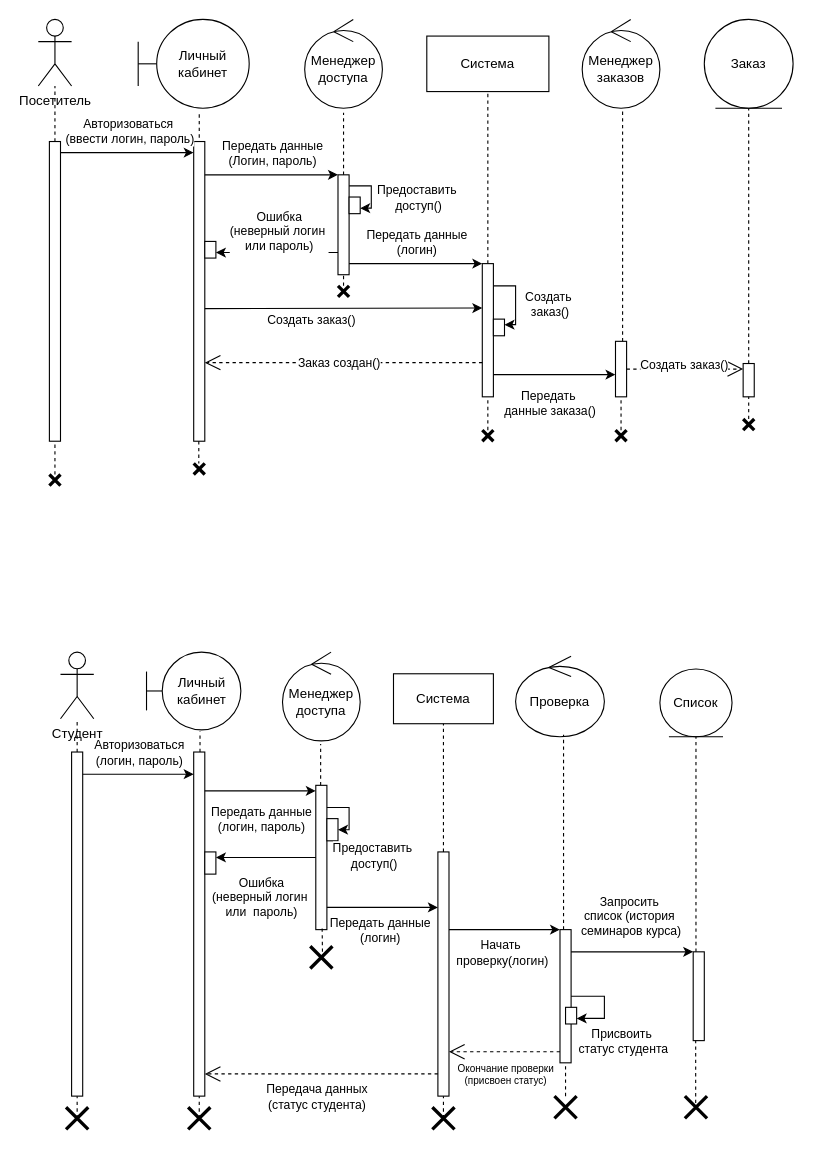
Above: AKMS_4.drawio in mopsin666/AKMS (draw.io), before the change. Source tidied: cells renumbered, new cells numbered last; positions are measured from the earlier drawing's top-left corner, leaving out a move shared by most shapes. Both pictures are drawn from the tidied source at 111%, with x=0, y=0 at pixel (38, 19).
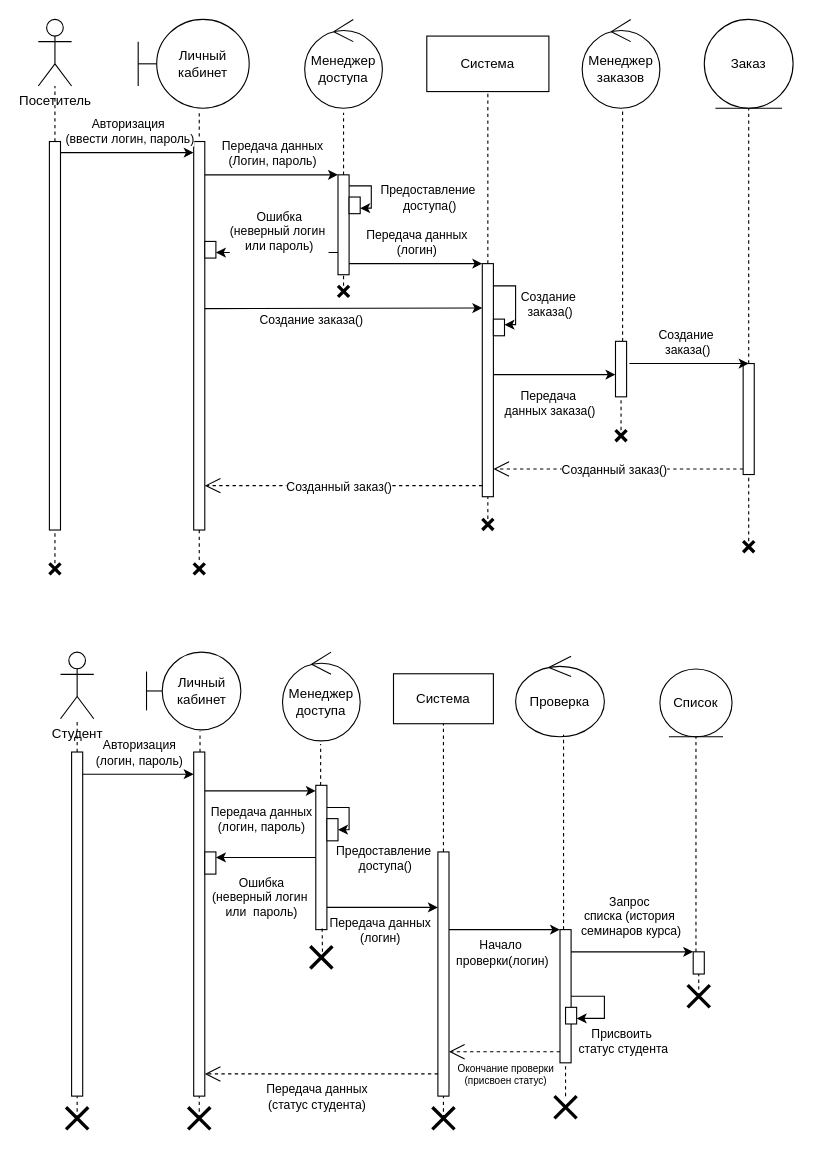
Above is the later version.

The change refers to these unchanged cells:
```xml
<mxCell id="12" style="endArrow=classic;html=1;rounded=0;exitX=1;exitY=0;exitDx=0;exitDy=5;exitPerimeter=0;" parent="1" edge="1">
  <mxGeometry relative="1" as="geometry">
    <mxPoint x="20" y="120" as="sourcePoint" />
    <mxPoint x="140" y="120" as="targetPoint" />
  </mxGeometry>
</mxCell>
<mxCell id="14" style="edgeStyle=orthogonalEdgeStyle;rounded=0;jettySize=auto;html=1;curved=0;" parent="1" edge="1" source="16" target="20">
  <mxGeometry relative="1" as="geometry">
    <Array as="points">
      <mxPoint x="300" y="150" />
      <mxPoint x="300" y="170" />
    </Array>
  </mxGeometry>
</mxCell>
<mxCell id="18" style="endArrow=classic;html=1;rounded=0;exitX=1;exitY=0;exitDx=0;exitDy=5;exitPerimeter=0;" parent="1" edge="1">
  <mxGeometry relative="1" as="geometry">
    <mxPoint x="150" y="140" as="sourcePoint" />
    <mxPoint x="270" y="140" as="targetPoint" />
  </mxGeometry>
</mxCell>
<mxCell id="28" style="endArrow=classic;html=1;rounded=0;entryX=0;entryY=0.5;entryDx=0;entryDy=0;entryPerimeter=0;" parent="1" edge="1">
  <mxGeometry relative="1" as="geometry">
    <mxPoint x="150" y="260.5" as="sourcePoint" />
    <mxPoint x="400" y="260" as="targetPoint" />
  </mxGeometry>
</mxCell>
<mxCell id="31" style="edgeStyle=orthogonalEdgeStyle;rounded=0;jettySize=auto;html=1;curved=0;entryX=1;entryY=0;entryDx=0;entryDy=5;entryPerimeter=0;" parent="1" edge="1" target="30">
  <mxGeometry relative="1" as="geometry">
    <mxPoint x="410" y="240" as="sourcePoint" />
    <Array as="points">
      <mxPoint x="430" y="240" />
      <mxPoint x="430" y="275" />
    </Array>
  </mxGeometry>
</mxCell>
<mxCell id="33" style="html=1;points=[[0,0,0,0,5],[0,1,0,0,-5],[1,0,0,0,5],[1,1,0,0,-5]];perimeter=orthogonalPerimeter;outlineConnect=0;targetShapes=umlLifeline;portConstraint=eastwest;newEdgeStyle={&quot;curved&quot;:0,&quot;rounded&quot;:0};" parent="1" vertex="1">
  <mxGeometry x="520" y="290" width="10" height="50" as="geometry" />
</mxCell>
<mxCell id="35" style="edgeStyle=orthogonalEdgeStyle;rounded=0;jettySize=auto;html=1;curved=0;entryX=0;entryY=0;entryDx=0;entryDy=5;entryPerimeter=0;" parent="1" edge="1" source="25">
  <mxGeometry relative="1" as="geometry">
    <mxPoint x="520" y="320" as="targetPoint" />
    <Array as="points">
      <mxPoint x="420" y="320" />
      <mxPoint x="420" y="320" />
    </Array>
  </mxGeometry>
</mxCell>
<mxCell id="50" style="endArrow=classic;html=1;rounded=0;" parent="1" edge="1" source="46">
  <mxGeometry relative="1" as="geometry">
    <mxPoint x="140" y="680" as="targetPoint" />
  </mxGeometry>
</mxCell>
<mxCell id="54" style="endArrow=classic;html=1;rounded=0;entryX=0;entryY=0;entryDx=0;entryDy=5;entryPerimeter=0;" parent="1" edge="1" source="48" target="53">
  <mxGeometry relative="1" as="geometry" />
</mxCell>
<mxCell id="57" style="edgeStyle=orthogonalEdgeStyle;rounded=0;orthogonalLoop=1;jettySize=auto;html=1;curved=0;" parent="1" edge="1">
  <mxGeometry relative="1" as="geometry">
    <mxPoint x="260" y="710" as="sourcePoint" />
    <mxPoint x="270" y="730" as="targetPoint" />
    <Array as="points">
      <mxPoint x="280" y="710" />
      <mxPoint x="280" y="730" />
    </Array>
  </mxGeometry>
</mxCell>
<mxCell id="67" style="endArrow=classic;html=1;rounded=0;" parent="1" edge="1" source="16" target="25">
  <mxGeometry relative="1" as="geometry" />
</mxCell>
<mxCell id="69" style="endArrow=classic;html=1;rounded=0;" parent="1" edge="1" target="65">
  <mxGeometry relative="1" as="geometry">
    <mxPoint x="260" y="800" as="sourcePoint" />
  </mxGeometry>
</mxCell>
<mxCell id="71" style="endArrow=classic;html=1;rounded=0;" parent="1" edge="1">
  <mxGeometry relative="1" as="geometry">
    <mxPoint x="370" y="820" as="sourcePoint" />
    <mxPoint x="470" y="820" as="targetPoint" />
  </mxGeometry>
</mxCell>
<mxCell id="99" style="endArrow=classic;html=1;rounded=0;exitX=1;exitY=0.5;exitDx=0;exitDy=0;exitPerimeter=0;entryX=1;entryY=1;entryDx=0;entryDy=-5;entryPerimeter=0;" parent="1" edge="1" source="63" target="101">
  <mxGeometry relative="1" as="geometry">
    <Array as="points">
      <mxPoint x="510" y="880" />
      <mxPoint x="510" y="900" />
    </Array>
  </mxGeometry>
</mxCell>
```

Diff of the diagram source:
```diff
@@
     <mxCell id="8" style="html=1;points=[[0,0,0,0,5],[0,1,0,0,-5],[1,0,0,0,5],[1,1,0,0,-5]];perimeter=orthogonalPerimeter;outlineConnect=0;targetShapes=umlLifeline;portConstraint=eastwest;newEdgeStyle={&quot;curved&quot;:0,&quot;rounded&quot;:0};" parent="1" vertex="1">
-      <mxGeometry x="10" y="110" width="10" height="270" as="geometry" />
+      <mxGeometry x="10" y="110" width="10" height="350" as="geometry" />
     </mxCell>
@@
     <mxCell id="10" style="html=1;points=[[0,0,0,0,5],[0,1,0,0,-5],[1,0,0,0,5],[1,1,0,0,-5]];perimeter=orthogonalPerimeter;outlineConnect=0;targetShapes=umlLifeline;portConstraint=eastwest;newEdgeStyle={&quot;curved&quot;:0,&quot;rounded&quot;:0};" parent="1" vertex="1">
-      <mxGeometry x="140" y="110" width="10" height="270" as="geometry" />
+      <mxGeometry x="140" y="110" width="10" height="350" as="geometry" />
     </mxCell>
@@
-    <mxCell id="13" value="Авторизоваться&lt;div&gt;&amp;nbsp;(ввести логин, пароль)&lt;/div&gt;" style="edgeLabel;html=1;align=center;verticalAlign=middle;" parent="12" vertex="1">
+    <mxCell id="13" value="Авторизация&lt;div&gt;&amp;nbsp;(ввести логин, пароль)&lt;/div&gt;" style="edgeLabel;html=1;align=center;verticalAlign=middle;" parent="12" vertex="1">
       <mxGeometry x="0.32" y="-3" relative="1" as="geometry">
         <mxPoint x="-19" y="-23" as="offset" />
       </mxGeometry>
     </mxCell>
@@
-    <mxCell id="15" value="Предоставить&lt;div&gt;&amp;nbsp;доступ()&lt;/div&gt;" style="edgeLabel;html=1;align=center;verticalAlign=middle;" parent="14" vertex="1">
+    <mxCell id="15" value="Предоставление&lt;div&gt;&amp;nbsp;доступа()&lt;/div&gt;" style="edgeLabel;html=1;align=center;verticalAlign=middle;" parent="14" vertex="1">
       <mxGeometry x="-0.21" y="-1" relative="1" as="geometry">
-        <mxPoint x="41" y="10" as="offset" />
+        <mxPoint x="51" y="10" as="offset" />
       </mxGeometry>
     </mxCell>
@@
-    <mxCell id="19" value="Передать данные&lt;div&gt;(Логин, пароль)&lt;/div&gt;" style="edgeLabel;html=1;align=center;verticalAlign=middle;" parent="18" vertex="1">
+    <mxCell id="19" value="Передача данных&lt;div&gt;(Логин, пароль)&lt;/div&gt;" style="edgeLabel;html=1;align=center;verticalAlign=middle;" parent="18" vertex="1">
       <mxGeometry x="0.32" y="-3" relative="1" as="geometry">
         <mxPoint x="-19" y="-23" as="offset" />
       </mxGeometry>
     </mxCell>
@@
     <mxCell id="25" style="html=1;points=[[0,0,0,0,5],[0,1,0,0,-5],[1,0,0,0,5],[1,1,0,0,-5]];perimeter=orthogonalPerimeter;outlineConnect=0;targetShapes=umlLifeline;portConstraint=eastwest;newEdgeStyle={&quot;curved&quot;:0,&quot;rounded&quot;:0};" parent="1" vertex="1">
-      <mxGeometry x="400" y="220" width="10" height="120" as="geometry" />
+      <mxGeometry x="400" y="220" width="10" height="210" as="geometry" />
     </mxCell>
-    <mxCell id="26" style="endArrow=open;dashed=1;endFill=0;endSize=12;html=1;rounded=0;exitX=0;exitY=1;exitDx=0;exitDy=-5;exitPerimeter=0;" parent="1" edge="1">
+    <mxCell id="26" style="endArrow=open;dashed=1;endFill=0;endSize=12;html=1;rounded=0;" parent="1" edge="1" target="10">
       <mxGeometry relative="1" as="geometry">
-        <mxPoint x="400" y="309.2" as="sourcePoint" />
-        <mxPoint x="150" y="309.2" as="targetPoint" />
+        <mxPoint x="400" y="420" as="sourcePoint" />
       </mxGeometry>
     </mxCell>
-    <mxCell id="27" value="Заказ создан()" style="edgeLabel;html=1;align=center;verticalAlign=middle;" parent="26" vertex="1">
+    <mxCell id="27" value="Созданный заказ()" style="edgeLabel;html=1;align=center;verticalAlign=middle;" parent="26" vertex="1">
       <mxGeometry x="0.04" relative="1" as="geometry" />
     </mxCell>
@@
-    <mxCell id="29" value="Создать заказ()" style="edgeLabel;html=1;align=center;verticalAlign=middle;" parent="28" vertex="1">
+    <mxCell id="29" value="Создание заказа()" style="edgeLabel;html=1;align=center;verticalAlign=middle;" parent="28" vertex="1">
       <mxGeometry x="0.32" y="-3" relative="1" as="geometry">
         <mxPoint x="-70" y="7" as="offset" />
       </mxGeometry>
     </mxCell>
@@
-    <mxCell id="32" value="Создать&amp;nbsp;&lt;div&gt;заказ()&lt;/div&gt;" style="edgeLabel;html=1;align=center;verticalAlign=middle;" parent="31" vertex="1">
+    <mxCell id="32" value="Создание&amp;nbsp;&lt;div&gt;заказа()&lt;/div&gt;" style="edgeLabel;html=1;align=center;verticalAlign=middle;" parent="31" vertex="1">
       <mxGeometry x="-0.21" y="-1" relative="1" as="geometry">
         <mxPoint x="31" y="10" as="offset" />
       </mxGeometry>
     </mxCell>
@@
-    <mxCell id="36" value="Передать&amp;nbsp;&lt;div&gt;данные заказа()&lt;/div&gt;" style="edgeLabel;html=1;align=center;verticalAlign=middle;" parent="35" vertex="1">
+    <mxCell id="36" value="Передача&amp;nbsp;&lt;div&gt;данных заказа()&lt;/div&gt;" style="edgeLabel;html=1;align=center;verticalAlign=middle;" parent="35" vertex="1">
       <mxGeometry x="-0.21" y="-1" relative="1" as="geometry">
         <mxPoint x="7" y="24" as="offset" />
       </mxGeometry>
     </mxCell>
     <mxCell id="37" style="html=1;points=[[0,0,0,0,5],[0,1,0,0,-5],[1,0,0,0,5],[1,1,0,0,-5]];perimeter=orthogonalPerimeter;outlineConnect=0;targetShapes=umlLifeline;portConstraint=eastwest;newEdgeStyle={&quot;curved&quot;:0,&quot;rounded&quot;:0};" parent="1" vertex="1">
-      <mxGeometry x="635" y="310" width="10" height="30" as="geometry" />
+      <mxGeometry x="635" y="310" width="10" height="100" as="geometry" />
     </mxCell>
-    <mxCell id="38" style="endArrow=open;dashed=1;endFill=0;endSize=12;html=1;rounded=0;entryX=0;entryY=0;entryDx=0;entryDy=5;entryPerimeter=0;" parent="1" edge="1" source="33" target="37">
-      <mxGeometry relative="1" as="geometry" />
-    </mxCell>
-    <mxCell id="39" value="Создать заказ()" style="edgeLabel;html=1;align=center;verticalAlign=middle;" parent="38" vertex="1">
-      <mxGeometry x="0.04" relative="1" as="geometry">
-        <mxPoint x="-4" y="-5" as="offset" />
-      </mxGeometry>
-    </mxCell>
@@
-    <mxCell id="51" value="Авторизоваться&lt;div&gt;(логин, пароль)&lt;/div&gt;" style="edgeLabel;html=1;align=center;verticalAlign=middle;" parent="50" vertex="1">
+    <mxCell id="51" value="Авторизация&lt;div&gt;(логин, пароль)&lt;/div&gt;" style="edgeLabel;html=1;align=center;verticalAlign=middle;" parent="50" vertex="1">
       <mxGeometry x="-0.14" relative="1" as="geometry">
         <mxPoint x="7" y="-20" as="offset" />
       </mxGeometry>
     </mxCell>
@@
-    <mxCell id="55" value="Передать данные&lt;br&gt;&lt;div&gt;(логин, пароль)&lt;/div&gt;" style="edgeLabel;html=1;align=center;verticalAlign=middle;" parent="54" vertex="1">
+    <mxCell id="55" value="Передача данных&lt;br&gt;&lt;div&gt;(логин, пароль)&lt;/div&gt;" style="edgeLabel;html=1;align=center;verticalAlign=middle;" parent="54" vertex="1">
       <mxGeometry x="-0.14" relative="1" as="geometry">
         <mxPoint x="7" y="25" as="offset" />
       </mxGeometry>
     </mxCell>
@@
-    <mxCell id="58" value="Предоставить&lt;div&gt;&amp;nbsp;доступ()&lt;/div&gt;" style="edgeLabel;html=1;align=center;verticalAlign=middle;" parent="57" vertex="1">
+    <mxCell id="58" value="Предоставление&lt;div&gt;&amp;nbsp;доступа()&lt;/div&gt;" style="edgeLabel;html=1;align=center;verticalAlign=middle;" parent="57" vertex="1">
       <mxGeometry x="-0.21" y="-1" relative="1" as="geometry">
-        <mxPoint x="21" y="43" as="offset" />
+        <mxPoint x="31" y="45" as="offset" />
       </mxGeometry>
     </mxCell>
@@
-    <mxCell id="68" value="Передать данные&lt;div&gt;(логин)&lt;/div&gt;" style="edgeLabel;html=1;align=center;verticalAlign=middle;" parent="67" vertex="1">
+    <mxCell id="68" value="Передача данных&lt;div&gt;(логин)&lt;/div&gt;" style="edgeLabel;html=1;align=center;verticalAlign=middle;" parent="67" vertex="1">
       <mxGeometry x="0.32" y="-3" relative="1" as="geometry">
         <mxPoint x="-19" y="-23" as="offset" />
       </mxGeometry>
     </mxCell>
@@
-    <mxCell id="70" value="Передать данные&lt;div&gt;(логин)&lt;/div&gt;" style="edgeLabel;html=1;align=center;verticalAlign=middle;" parent="69" vertex="1">
+    <mxCell id="70" value="Передача данных&lt;div&gt;(логин)&lt;/div&gt;" style="edgeLabel;html=1;align=center;verticalAlign=middle;" parent="69" vertex="1">
       <mxGeometry x="0.32" y="-3" relative="1" as="geometry">
         <mxPoint x="-19" y="17" as="offset" />
       </mxGeometry>
     </mxCell>
@@
-    <mxCell id="72" value="Начать&amp;nbsp;&lt;div&gt;проверку(логин)&lt;/div&gt;" style="edgeLabel;html=1;align=center;verticalAlign=middle;" parent="71" vertex="1">
+    <mxCell id="72" value="Начало&amp;nbsp;&lt;div&gt;проверки(логин)&lt;/div&gt;" style="edgeLabel;html=1;align=center;verticalAlign=middle;" parent="71" vertex="1">
       <mxGeometry x="0.32" y="-3" relative="1" as="geometry">
         <mxPoint x="-19" y="17" as="offset" />
       </mxGeometry>
     </mxCell>
@@
     <mxCell id="75" style="html=1;points=[[0,0,0,0,5],[0,1,0,0,-5],[1,0,0,0,5],[1,1,0,0,-5]];perimeter=orthogonalPerimeter;outlineConnect=0;targetShapes=umlLifeline;portConstraint=eastwest;newEdgeStyle={&quot;curved&quot;:0,&quot;rounded&quot;:0};" parent="1" vertex="1">
-      <mxGeometry x="590" y="840" width="10" height="80" as="geometry" />
+      <mxGeometry x="590" y="840" width="10" height="20" as="geometry" />
     </mxCell>
@@
-    <mxCell id="77" style="endArrow=none;dashed=1;html=1;rounded=0;exitX=0.487;exitY=0.313;exitDx=0;exitDy=0;exitPerimeter=0;" parent="1" edge="1" source="78" target="75">
-      <mxGeometry relative="1" as="geometry" />
+    <mxCell id="77" style="endArrow=none;dashed=1;html=1;rounded=0;" parent="1" edge="1" target="75">
+      <mxGeometry relative="1" as="geometry">
+        <mxPoint x="595" y="880" as="sourcePoint" />
+      </mxGeometry>
     </mxCell>
     <mxCell id="78" style="shape=umlDestroy;whiteSpace=wrap;html=1;strokeWidth=3;targetShapes=umlLifeline;" parent="1" vertex="1">
-      <mxGeometry x="582.5" y="970" width="20" height="20" as="geometry" />
+      <mxGeometry x="585" y="870" width="20" height="20" as="geometry" />
     </mxCell>
@@
-    <mxCell id="83" style="endArrow=none;dashed=1;html=1;rounded=0;" parent="1" edge="1" target="25">
+    <mxCell id="83" style="endArrow=none;dashed=1;html=1;rounded=0;" parent="1" edge="1" source="84">
       <mxGeometry relative="1" as="geometry">
-        <mxPoint x="405" y="370" as="sourcePoint" />
+        <mxPoint x="405" y="430" as="targetPoint" />
       </mxGeometry>
     </mxCell>
     <mxCell id="84" style="shape=umlDestroy;whiteSpace=wrap;html=1;strokeWidth=3;targetShapes=umlLifeline;" parent="1" vertex="1">
-      <mxGeometry x="400" y="370" width="10" height="10" as="geometry" />
+      <mxGeometry x="400" y="450" width="10" height="10" as="geometry" />
     </mxCell>
-    <mxCell id="85" style="endArrow=none;dashed=1;html=1;rounded=0;" parent="1" edge="1">
-      <mxGeometry relative="1" as="geometry">
-        <mxPoint x="144.6" y="380" as="sourcePoint" />
-        <mxPoint x="144.6" y="400" as="targetPoint" />
-      </mxGeometry>
+    <mxCell id="85" style="endArrow=none;dashed=1;html=1;rounded=0;entryX=0.5;entryY=0;entryDx=0;entryDy=0;entryPerimeter=0;" parent="1" edge="1" source="10" target="86">
+      <mxGeometry relative="1" as="geometry" />
     </mxCell>
     <mxCell id="86" style="shape=umlDestroy;whiteSpace=wrap;html=1;strokeWidth=3;targetShapes=umlLifeline;" parent="1" vertex="1">
-      <mxGeometry x="140" y="400" width="10" height="10" as="geometry" />
+      <mxGeometry x="140" y="490" width="10" height="10" as="geometry" />
     </mxCell>
@@
-    <mxCell id="89" style="endArrow=none;dashed=1;html=1;rounded=0;" parent="1" edge="1" target="37">
-      <mxGeometry relative="1" as="geometry">
-        <mxPoint x="640" y="360" as="sourcePoint" />
-      </mxGeometry>
-    </mxCell>
     <mxCell id="90" style="shape=umlDestroy;whiteSpace=wrap;html=1;strokeWidth=3;targetShapes=umlLifeline;" parent="1" vertex="1">
-      <mxGeometry x="635" y="360" width="10" height="10" as="geometry" />
+      <mxGeometry x="635" y="470" width="10" height="10" as="geometry" />
     </mxCell>
-    <mxCell id="91" style="endArrow=none;dashed=1;html=1;rounded=0;" parent="1" edge="1" target="8">
-      <mxGeometry relative="1" as="geometry">
-        <mxPoint x="15" y="410" as="sourcePoint" />
-      </mxGeometry>
+    <mxCell id="91" style="endArrow=none;dashed=1;html=1;rounded=0;exitX=0.5;exitY=0;exitDx=0;exitDy=0;exitPerimeter=0;" parent="1" edge="1" source="92" target="8">
+      <mxGeometry relative="1" as="geometry" />
     </mxCell>
     <mxCell id="92" style="shape=umlDestroy;whiteSpace=wrap;html=1;strokeWidth=3;targetShapes=umlLifeline;" parent="1" vertex="1">
-      <mxGeometry x="10" y="410" width="10" height="10" as="geometry" />
+      <mxGeometry x="10" y="490" width="10" height="10" as="geometry" />
     </mxCell>
@@
-    <mxCell id="100" value="Запросить&amp;nbsp;&lt;div&gt;список (история&amp;nbsp;&lt;/div&gt;&lt;div&gt;семинаров курса)&lt;/div&gt;" style="edgeLabel;html=1;align=center;verticalAlign=middle;" parent="99" vertex="1">
+    <mxCell id="100" value="Запрос&amp;nbsp;&lt;div&gt;списка (история&amp;nbsp;&lt;/div&gt;&lt;div&gt;семинаров курса)&lt;/div&gt;" style="edgeLabel;html=1;align=center;verticalAlign=middle;" parent="99" vertex="1">
       <mxGeometry x="0.32" y="-3" relative="1" as="geometry">
         <mxPoint x="23" y="-90" as="offset" />
       </mxGeometry>
     </mxCell>
@@
+    <mxCell id="108" style="endArrow=classic;html=1;rounded=0;" parent="1" edge="1">
+      <mxGeometry relative="1" as="geometry">
+        <mxPoint x="532.5" y="310" as="sourcePoint" />
+        <mxPoint x="640" y="310" as="targetPoint" />
+      </mxGeometry>
+    </mxCell>
+    <mxCell id="109" value="Создание&amp;nbsp;&lt;div&gt;заказа()&lt;/div&gt;" style="edgeLabel;html=1;align=center;verticalAlign=middle;" parent="108" vertex="1">
+      <mxGeometry x="0.32" y="-3" relative="1" as="geometry">
+        <mxPoint x="-19" y="-23" as="offset" />
+      </mxGeometry>
+    </mxCell>
+    <mxCell id="110" style="endArrow=open;dashed=1;endFill=0;endSize=12;html=1;rounded=0;exitX=0;exitY=1;exitDx=0;exitDy=-5;exitPerimeter=0;" parent="1" edge="1" source="37" target="25">
+      <mxGeometry relative="1" as="geometry" />
+    </mxCell>
+    <mxCell id="111" value="Созданный заказ()" style="edgeLabel;html=1;align=center;verticalAlign=middle;" parent="110" vertex="1">
+      <mxGeometry x="0.04" relative="1" as="geometry" />
+    </mxCell>
+    <mxCell id="112" style="endArrow=none;dashed=1;html=1;rounded=0;exitX=0.5;exitY=0;exitDx=0;exitDy=0;exitPerimeter=0;" parent="1" edge="1" source="90" target="37">
+      <mxGeometry relative="1" as="geometry" />
+    </mxCell>
```
